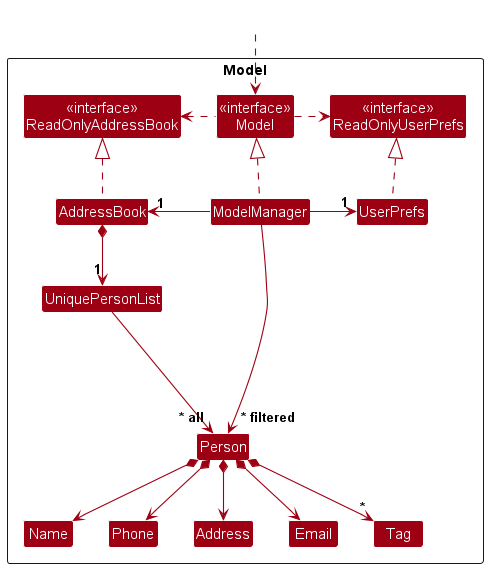
The PlantUML diagram docs/images/ModelClassDiagram.png in nus-cs2103-AY2425S1/tp, before a commit.
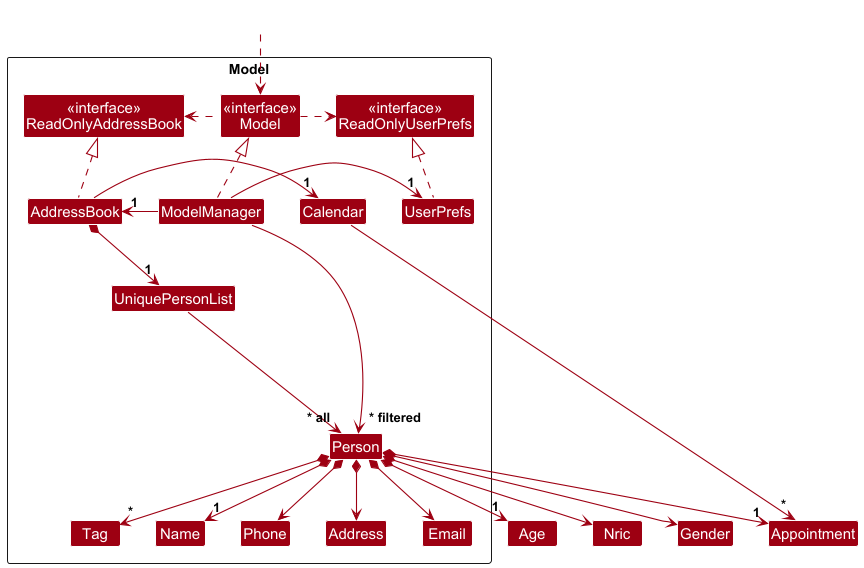
Above is the later version.

Commit message:
Add multiplicities for class diagram

Diff of the diagram source:
```diff
@@ -9,6 +9,7 @@
 Class "<<interface>>\nReadOnlyUserPrefs" as ReadOnlyUserPrefs
 Class "<<interface>>\nModel" as Model
 Class AddressBook
+Class Calendar
 Class ModelManager
 Class UserPrefs
 
@@ -34,10 +35,16 @@
 ModelManager -left-> "1" AddressBook
 ModelManager -right-> "1" UserPrefs
 UserPrefs .up.|> ReadOnlyUserPrefs
+AddressBook -left-> "1" Calendar
+Calendar -down-> "*" Appointment
 
 AddressBook *--> "1" UniquePersonList
 UniquePersonList --> "~* all" Person
-Person *--> Name
+Person *--> "1" Name
+Person *--> "1" Appointment
+Person *--> "1" Age
+Person *--> Nric
+Person *--> Gender
 Person *--> Phone
 Person *--> Email
 Person *--> Address
```
